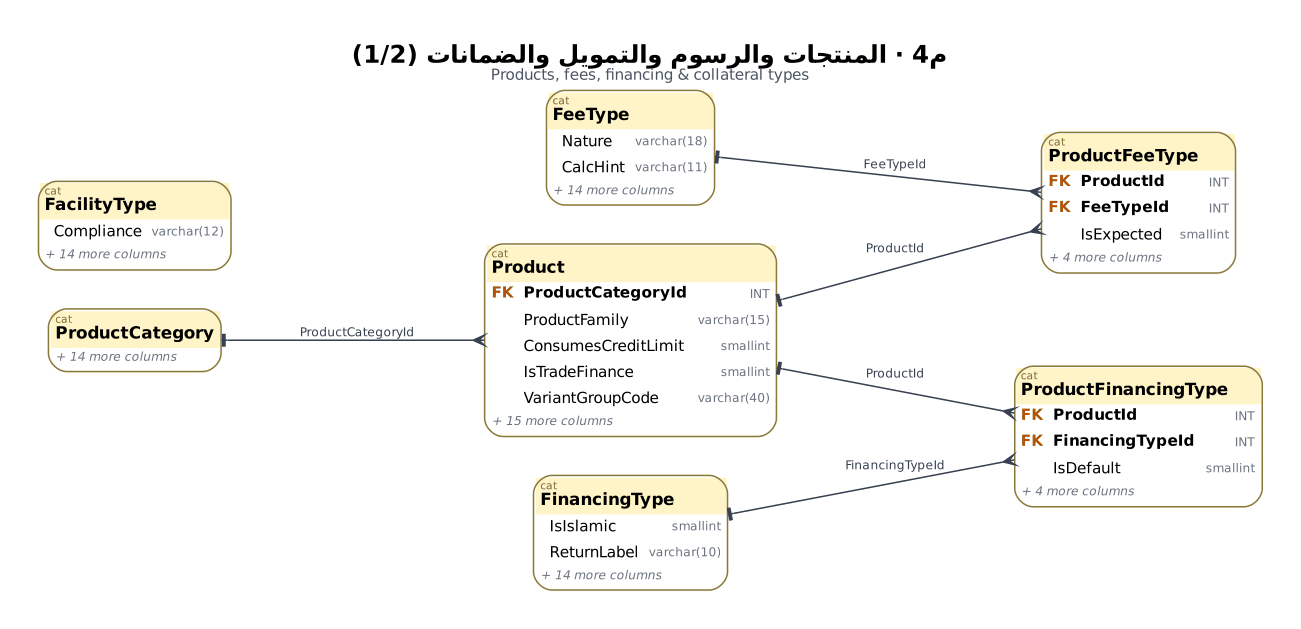
The Graphviz diagram treasury-platform/docs/diagrams/pro/m4_products_1.png in thawrasy/smartlines, before a commit. Its source is kept beside it as treasury-platform/docs/diagrams/pro/src/m4_products_1.dot.
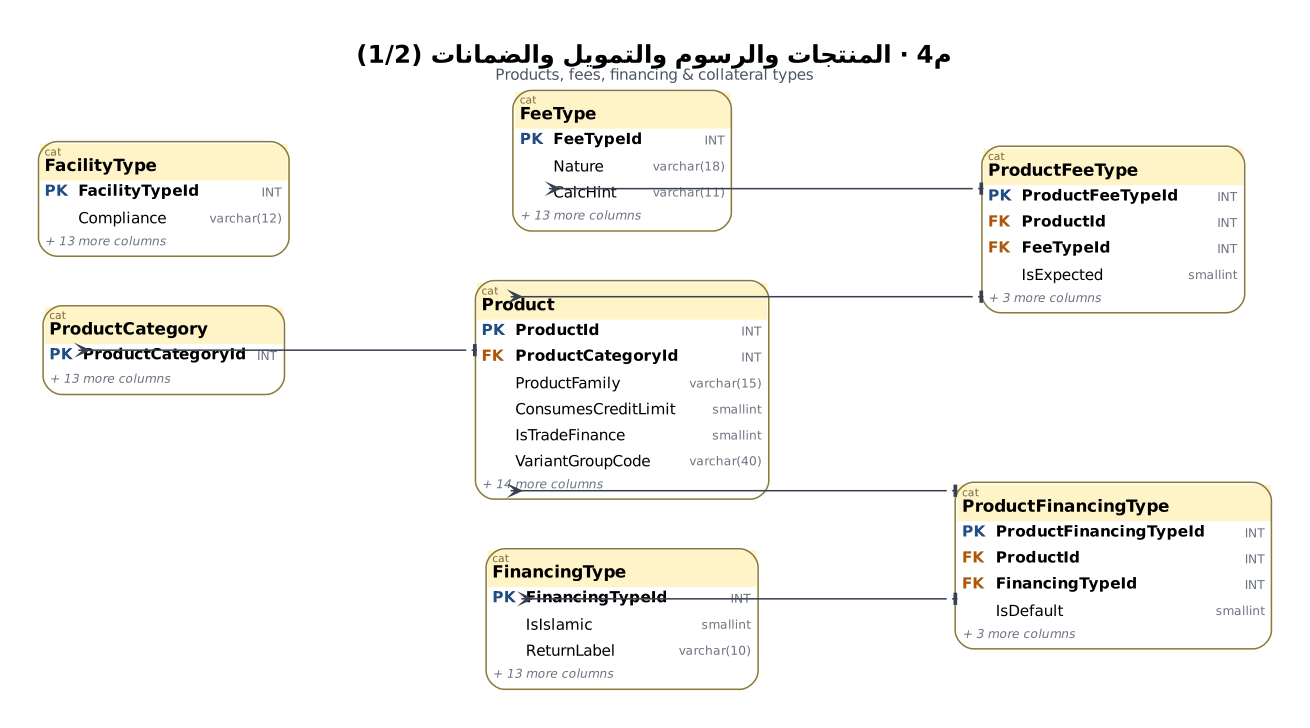
Later version of the same file.

The edit, as a diff of the source:
```diff
@@ -1,17 +1,17 @@
 digraph G {
-  graph [fontname="DejaVu Sans", label=<<B><FONT POINT-SIZE="16">م4 · المنتجات والرسوم والتمويل والضمانات (1/2)</FONT></B><BR/><FONT POINT-SIZE="10" COLOR="#4B5563">Products, fees, financing &amp; collateral types</FONT>>, labelloc=t, rankdir=LR, splines=true, nodesep=0.35, ranksep=1.25, pad=0.35, bgcolor="white", dpi=110];
+  graph [fontname="DejaVu Sans", label=<<B><FONT POINT-SIZE="16">م4 · المنتجات والرسوم والتمويل والضمانات (1/2)</FONT></B><BR/><FONT POINT-SIZE="10" COLOR="#4B5563">Products, fees, financing &amp; collateral types</FONT>>, labelloc=t, rankdir=LR, splines=ortho, nodesep=0.45, ranksep=1.7, pad=0.35, bgcolor="white", dpi=110];
   node [fontname="DejaVu Sans", fontsize=10];
   edge [fontname="DejaVu Sans", fontsize=8, color="#374151", arrowsize=0.75];
-  "cat.ProductCategory" [shape=plain, label=<<TABLE BORDER="1" COLOR="#8A7A3A" CELLBORDER="0" CELLSPACING="0" CELLPADDING="3" STYLE="rounded" BGCOLOR="white"><TR><TD COLSPAN="3" BGCOLOR="#FFF4C7" ALIGN="LEFT"><FONT POINT-SIZE="7" COLOR="#7A6A2E">cat</FONT><BR ALIGN="LEFT"/><FONT POINT-SIZE="11"><B>ProductCategory</B></FONT></TD></TR><TR><TD COLSPAN="3" ALIGN="LEFT"><FONT POINT-SIZE="8" COLOR="#6B7280"><I>+ 14 more columns</I></FONT></TD></TR></TABLE>>];
-  "cat.Product" [shape=plain, label=<<TABLE BORDER="1" COLOR="#8A7A3A" CELLBORDER="0" CELLSPACING="0" CELLPADDING="3" STYLE="rounded" BGCOLOR="white"><TR><TD COLSPAN="3" BGCOLOR="#FFF4C7" ALIGN="LEFT"><FONT POINT-SIZE="7" COLOR="#7A6A2E">cat</FONT><BR ALIGN="LEFT"/><FONT POINT-SIZE="11"><B>Product</B></FONT></TD></TR><TR><TD ALIGN="LEFT"><FONT COLOR="#B45309"><B>FK</B></FONT></TD><TD ALIGN="LEFT"><B>ProductCategoryId</B></TD><TD ALIGN="RIGHT"><FONT COLOR="#6B7280" POINT-SIZE="8">INT</FONT></TD></TR><TR><TD ALIGN="LEFT"></TD><TD ALIGN="LEFT">ProductFamily</TD><TD ALIGN="RIGHT"><FONT COLOR="#6B7280" POINT-SIZE="8">varchar(15)</FONT></TD></TR><TR><TD ALIGN="LEFT"></TD><TD ALIGN="LEFT">ConsumesCreditLimit</TD><TD ALIGN="RIGHT"><FONT COLOR="#6B7280" POINT-SIZE="8">smallint</FONT></TD></TR><TR><TD ALIGN="LEFT"></TD><TD ALIGN="LEFT">IsTradeFinance</TD><TD ALIGN="RIGHT"><FONT COLOR="#6B7280" POINT-SIZE="8">smallint</FONT></TD></TR><TR><TD ALIGN="LEFT"></TD><TD ALIGN="LEFT">VariantGroupCode</TD><TD ALIGN="RIGHT"><FONT COLOR="#6B7280" POINT-SIZE="8">varchar(40)</FONT></TD></TR><TR><TD COLSPAN="3" ALIGN="LEFT"><FONT POINT-SIZE="8" COLOR="#6B7280"><I>+ 15 more columns</I></FONT></TD></TR></TABLE>>];
-  "cat.FeeType" [shape=plain, label=<<TABLE BORDER="1" COLOR="#8A7A3A" CELLBORDER="0" CELLSPACING="0" CELLPADDING="3" STYLE="rounded" BGCOLOR="white"><TR><TD COLSPAN="3" BGCOLOR="#FFF4C7" ALIGN="LEFT"><FONT POINT-SIZE="7" COLOR="#7A6A2E">cat</FONT><BR ALIGN="LEFT"/><FONT POINT-SIZE="11"><B>FeeType</B></FONT></TD></TR><TR><TD ALIGN="LEFT"></TD><TD ALIGN="LEFT">Nature</TD><TD ALIGN="RIGHT"><FONT COLOR="#6B7280" POINT-SIZE="8">varchar(18)</FONT></TD></TR><TR><TD ALIGN="LEFT"></TD><TD ALIGN="LEFT">CalcHint</TD><TD ALIGN="RIGHT"><FONT COLOR="#6B7280" POINT-SIZE="8">varchar(11)</FONT></TD></TR><TR><TD COLSPAN="3" ALIGN="LEFT"><FONT POINT-SIZE="8" COLOR="#6B7280"><I>+ 14 more columns</I></FONT></TD></TR></TABLE>>];
-  "cat.FinancingType" [shape=plain, label=<<TABLE BORDER="1" COLOR="#8A7A3A" CELLBORDER="0" CELLSPACING="0" CELLPADDING="3" STYLE="rounded" BGCOLOR="white"><TR><TD COLSPAN="3" BGCOLOR="#FFF4C7" ALIGN="LEFT"><FONT POINT-SIZE="7" COLOR="#7A6A2E">cat</FONT><BR ALIGN="LEFT"/><FONT POINT-SIZE="11"><B>FinancingType</B></FONT></TD></TR><TR><TD ALIGN="LEFT"></TD><TD ALIGN="LEFT">IsIslamic</TD><TD ALIGN="RIGHT"><FONT COLOR="#6B7280" POINT-SIZE="8">smallint</FONT></TD></TR><TR><TD ALIGN="LEFT"></TD><TD ALIGN="LEFT">ReturnLabel</TD><TD ALIGN="RIGHT"><FONT COLOR="#6B7280" POINT-SIZE="8">varchar(10)</FONT></TD></TR><TR><TD COLSPAN="3" ALIGN="LEFT"><FONT POINT-SIZE="8" COLOR="#6B7280"><I>+ 14 more columns</I></FONT></TD></TR></TABLE>>];
-  "cat.ProductFeeType" [shape=plain, label=<<TABLE BORDER="1" COLOR="#8A7A3A" CELLBORDER="0" CELLSPACING="0" CELLPADDING="3" STYLE="rounded" BGCOLOR="white"><TR><TD COLSPAN="3" BGCOLOR="#FFF4C7" ALIGN="LEFT"><FONT POINT-SIZE="7" COLOR="#7A6A2E">cat</FONT><BR ALIGN="LEFT"/><FONT POINT-SIZE="11"><B>ProductFeeType</B></FONT></TD></TR><TR><TD ALIGN="LEFT"><FONT COLOR="#B45309"><B>FK</B></FONT></TD><TD ALIGN="LEFT"><B>ProductId</B></TD><TD ALIGN="RIGHT"><FONT COLOR="#6B7280" POINT-SIZE="8">INT</FONT></TD></TR><TR><TD ALIGN="LEFT"><FONT COLOR="#B45309"><B>FK</B></FONT></TD><TD ALIGN="LEFT"><B>FeeTypeId</B></TD><TD ALIGN="RIGHT"><FONT COLOR="#6B7280" POINT-SIZE="8">INT</FONT></TD></TR><TR><TD ALIGN="LEFT"></TD><TD ALIGN="LEFT">IsExpected</TD><TD ALIGN="RIGHT"><FONT COLOR="#6B7280" POINT-SIZE="8">smallint</FONT></TD></TR><TR><TD COLSPAN="3" ALIGN="LEFT"><FONT POINT-SIZE="8" COLOR="#6B7280"><I>+ 4 more columns</I></FONT></TD></TR></TABLE>>];
-  "cat.ProductFinancingType" [shape=plain, label=<<TABLE BORDER="1" COLOR="#8A7A3A" CELLBORDER="0" CELLSPACING="0" CELLPADDING="3" STYLE="rounded" BGCOLOR="white"><TR><TD COLSPAN="3" BGCOLOR="#FFF4C7" ALIGN="LEFT"><FONT POINT-SIZE="7" COLOR="#7A6A2E">cat</FONT><BR ALIGN="LEFT"/><FONT POINT-SIZE="11"><B>ProductFinancingType</B></FONT></TD></TR><TR><TD ALIGN="LEFT"><FONT COLOR="#B45309"><B>FK</B></FONT></TD><TD ALIGN="LEFT"><B>ProductId</B></TD><TD ALIGN="RIGHT"><FONT COLOR="#6B7280" POINT-SIZE="8">INT</FONT></TD></TR><TR><TD ALIGN="LEFT"><FONT COLOR="#B45309"><B>FK</B></FONT></TD><TD ALIGN="LEFT"><B>FinancingTypeId</B></TD><TD ALIGN="RIGHT"><FONT COLOR="#6B7280" POINT-SIZE="8">INT</FONT></TD></TR><TR><TD ALIGN="LEFT"></TD><TD ALIGN="LEFT">IsDefault</TD><TD ALIGN="RIGHT"><FONT COLOR="#6B7280" POINT-SIZE="8">smallint</FONT></TD></TR><TR><TD COLSPAN="3" ALIGN="LEFT"><FONT POINT-SIZE="8" COLOR="#6B7280"><I>+ 4 more columns</I></FONT></TD></TR></TABLE>>];
-  "cat.FacilityType" [shape=plain, label=<<TABLE BORDER="1" COLOR="#8A7A3A" CELLBORDER="0" CELLSPACING="0" CELLPADDING="3" STYLE="rounded" BGCOLOR="white"><TR><TD COLSPAN="3" BGCOLOR="#FFF4C7" ALIGN="LEFT"><FONT POINT-SIZE="7" COLOR="#7A6A2E">cat</FONT><BR ALIGN="LEFT"/><FONT POINT-SIZE="11"><B>FacilityType</B></FONT></TD></TR><TR><TD ALIGN="LEFT"></TD><TD ALIGN="LEFT">Compliance</TD><TD ALIGN="RIGHT"><FONT COLOR="#6B7280" POINT-SIZE="8">varchar(12)</FONT></TD></TR><TR><TD COLSPAN="3" ALIGN="LEFT"><FONT POINT-SIZE="8" COLOR="#6B7280"><I>+ 14 more columns</I></FONT></TD></TR></TABLE>>];
-  "cat.FeeType" -> "cat.ProductFeeType" [dir=both, arrowtail=tee, arrowhead=crow, style=solid, color="#374151", fontcolor="#374151", label="FeeTypeId"];
-  "cat.FinancingType" -> "cat.ProductFinancingType" [dir=both, arrowtail=tee, arrowhead=crow, style=solid, color="#374151", fontcolor="#374151", label="FinancingTypeId"];
-  "cat.Product" -> "cat.ProductFeeType" [dir=both, arrowtail=tee, arrowhead=crow, style=solid, color="#374151", fontcolor="#374151", label="ProductId"];
-  "cat.Product" -> "cat.ProductFinancingType" [dir=both, arrowtail=tee, arrowhead=crow, style=solid, color="#374151", fontcolor="#374151", label="ProductId"];
-  "cat.ProductCategory" -> "cat.Product" [dir=both, arrowtail=tee, arrowhead=crow, style=solid, color="#374151", fontcolor="#374151", label="ProductCategoryId"];
+  "cat.ProductCategory" [shape=plain, label=<<TABLE BORDER="1" COLOR="#8A7A3A" CELLBORDER="0" CELLSPACING="0" CELLPADDING="3" STYLE="rounded" BGCOLOR="white"><TR><TD COLSPAN="3" BGCOLOR="#FFF4C7" ALIGN="LEFT"><FONT POINT-SIZE="7" COLOR="#7A6A2E">cat</FONT><BR ALIGN="LEFT"/><FONT POINT-SIZE="11"><B>ProductCategory</B></FONT></TD></TR><TR><TD ALIGN="LEFT" PORT="ProductCategoryId"><FONT COLOR="#1D4E89"><B>PK</B></FONT></TD><TD ALIGN="LEFT" PORT="ProductCategoryId"><B>ProductCategoryId</B></TD><TD ALIGN="RIGHT" PORT="ProductCategoryId"><FONT COLOR="#6B7280" POINT-SIZE="8">INT</FONT></TD></TR><TR><TD COLSPAN="3" ALIGN="LEFT"><FONT POINT-SIZE="8" COLOR="#6B7280"><I>+ 13 more columns</I></FONT></TD></TR></TABLE>>];
+  "cat.Product" [shape=plain, label=<<TABLE BORDER="1" COLOR="#8A7A3A" CELLBORDER="0" CELLSPACING="0" CELLPADDING="3" STYLE="rounded" BGCOLOR="white"><TR><TD COLSPAN="3" BGCOLOR="#FFF4C7" ALIGN="LEFT"><FONT POINT-SIZE="7" COLOR="#7A6A2E">cat</FONT><BR ALIGN="LEFT"/><FONT POINT-SIZE="11"><B>Product</B></FONT></TD></TR><TR><TD ALIGN="LEFT" PORT="ProductId"><FONT COLOR="#1D4E89"><B>PK</B></FONT></TD><TD ALIGN="LEFT" PORT="ProductId"><B>ProductId</B></TD><TD ALIGN="RIGHT" PORT="ProductId"><FONT COLOR="#6B7280" POINT-SIZE="8">INT</FONT></TD></TR><TR><TD ALIGN="LEFT" PORT="ProductCategoryId"><FONT COLOR="#B45309"><B>FK</B></FONT></TD><TD ALIGN="LEFT" PORT="ProductCategoryId"><B>ProductCategoryId</B></TD><TD ALIGN="RIGHT" PORT="ProductCategoryId"><FONT COLOR="#6B7280" POINT-SIZE="8">INT</FONT></TD></TR><TR><TD ALIGN="LEFT"></TD><TD ALIGN="LEFT">ProductFamily</TD><TD ALIGN="RIGHT"><FONT COLOR="#6B7280" POINT-SIZE="8">varchar(15)</FONT></TD></TR><TR><TD ALIGN="LEFT"></TD><TD ALIGN="LEFT">ConsumesCreditLimit</TD><TD ALIGN="RIGHT"><FONT COLOR="#6B7280" POINT-SIZE="8">smallint</FONT></TD></TR><TR><TD ALIGN="LEFT"></TD><TD ALIGN="LEFT">IsTradeFinance</TD><TD ALIGN="RIGHT"><FONT COLOR="#6B7280" POINT-SIZE="8">smallint</FONT></TD></TR><TR><TD ALIGN="LEFT"></TD><TD ALIGN="LEFT">VariantGroupCode</TD><TD ALIGN="RIGHT"><FONT COLOR="#6B7280" POINT-SIZE="8">varchar(40)</FONT></TD></TR><TR><TD COLSPAN="3" ALIGN="LEFT"><FONT POINT-SIZE="8" COLOR="#6B7280"><I>+ 14 more columns</I></FONT></TD></TR></TABLE>>];
+  "cat.FeeType" [shape=plain, label=<<TABLE BORDER="1" COLOR="#8A7A3A" CELLBORDER="0" CELLSPACING="0" CELLPADDING="3" STYLE="rounded" BGCOLOR="white"><TR><TD COLSPAN="3" BGCOLOR="#FFF4C7" ALIGN="LEFT"><FONT POINT-SIZE="7" COLOR="#7A6A2E">cat</FONT><BR ALIGN="LEFT"/><FONT POINT-SIZE="11"><B>FeeType</B></FONT></TD></TR><TR><TD ALIGN="LEFT" PORT="FeeTypeId"><FONT COLOR="#1D4E89"><B>PK</B></FONT></TD><TD ALIGN="LEFT" PORT="FeeTypeId"><B>FeeTypeId</B></TD><TD ALIGN="RIGHT" PORT="FeeTypeId"><FONT COLOR="#6B7280" POINT-SIZE="8">INT</FONT></TD></TR><TR><TD ALIGN="LEFT"></TD><TD ALIGN="LEFT">Nature</TD><TD ALIGN="RIGHT"><FONT COLOR="#6B7280" POINT-SIZE="8">varchar(18)</FONT></TD></TR><TR><TD ALIGN="LEFT"></TD><TD ALIGN="LEFT">CalcHint</TD><TD ALIGN="RIGHT"><FONT COLOR="#6B7280" POINT-SIZE="8">varchar(11)</FONT></TD></TR><TR><TD COLSPAN="3" ALIGN="LEFT"><FONT POINT-SIZE="8" COLOR="#6B7280"><I>+ 13 more columns</I></FONT></TD></TR></TABLE>>];
+  "cat.FinancingType" [shape=plain, label=<<TABLE BORDER="1" COLOR="#8A7A3A" CELLBORDER="0" CELLSPACING="0" CELLPADDING="3" STYLE="rounded" BGCOLOR="white"><TR><TD COLSPAN="3" BGCOLOR="#FFF4C7" ALIGN="LEFT"><FONT POINT-SIZE="7" COLOR="#7A6A2E">cat</FONT><BR ALIGN="LEFT"/><FONT POINT-SIZE="11"><B>FinancingType</B></FONT></TD></TR><TR><TD ALIGN="LEFT" PORT="FinancingTypeId"><FONT COLOR="#1D4E89"><B>PK</B></FONT></TD><TD ALIGN="LEFT" PORT="FinancingTypeId"><B>FinancingTypeId</B></TD><TD ALIGN="RIGHT" PORT="FinancingTypeId"><FONT COLOR="#6B7280" POINT-SIZE="8">INT</FONT></TD></TR><TR><TD ALIGN="LEFT"></TD><TD ALIGN="LEFT">IsIslamic</TD><TD ALIGN="RIGHT"><FONT COLOR="#6B7280" POINT-SIZE="8">smallint</FONT></TD></TR><TR><TD ALIGN="LEFT"></TD><TD ALIGN="LEFT">ReturnLabel</TD><TD ALIGN="RIGHT"><FONT COLOR="#6B7280" POINT-SIZE="8">varchar(10)</FONT></TD></TR><TR><TD COLSPAN="3" ALIGN="LEFT"><FONT POINT-SIZE="8" COLOR="#6B7280"><I>+ 13 more columns</I></FONT></TD></TR></TABLE>>];
+  "cat.ProductFeeType" [shape=plain, label=<<TABLE BORDER="1" COLOR="#8A7A3A" CELLBORDER="0" CELLSPACING="0" CELLPADDING="3" STYLE="rounded" BGCOLOR="white"><TR><TD COLSPAN="3" BGCOLOR="#FFF4C7" ALIGN="LEFT"><FONT POINT-SIZE="7" COLOR="#7A6A2E">cat</FONT><BR ALIGN="LEFT"/><FONT POINT-SIZE="11"><B>ProductFeeType</B></FONT></TD></TR><TR><TD ALIGN="LEFT" PORT="ProductFeeTypeId"><FONT COLOR="#1D4E89"><B>PK</B></FONT></TD><TD ALIGN="LEFT" PORT="ProductFeeTypeId"><B>ProductFeeTypeId</B></TD><TD ALIGN="RIGHT" PORT="ProductFeeTypeId"><FONT COLOR="#6B7280" POINT-SIZE="8">INT</FONT></TD></TR><TR><TD ALIGN="LEFT" PORT="ProductId"><FONT COLOR="#B45309"><B>FK</B></FONT></TD><TD ALIGN="LEFT" PORT="ProductId"><B>ProductId</B></TD><TD ALIGN="RIGHT" PORT="ProductId"><FONT COLOR="#6B7280" POINT-SIZE="8">INT</FONT></TD></TR><TR><TD ALIGN="LEFT" PORT="FeeTypeId"><FONT COLOR="#B45309"><B>FK</B></FONT></TD><TD ALIGN="LEFT" PORT="FeeTypeId"><B>FeeTypeId</B></TD><TD ALIGN="RIGHT" PORT="FeeTypeId"><FONT COLOR="#6B7280" POINT-SIZE="8">INT</FONT></TD></TR><TR><TD ALIGN="LEFT"></TD><TD ALIGN="LEFT">IsExpected</TD><TD ALIGN="RIGHT"><FONT COLOR="#6B7280" POINT-SIZE="8">smallint</FONT></TD></TR><TR><TD COLSPAN="3" ALIGN="LEFT"><FONT POINT-SIZE="8" COLOR="#6B7280"><I>+ 3 more columns</I></FONT></TD></TR></TABLE>>];
+  "cat.ProductFinancingType" [shape=plain, label=<<TABLE BORDER="1" COLOR="#8A7A3A" CELLBORDER="0" CELLSPACING="0" CELLPADDING="3" STYLE="rounded" BGCOLOR="white"><TR><TD COLSPAN="3" BGCOLOR="#FFF4C7" ALIGN="LEFT"><FONT POINT-SIZE="7" COLOR="#7A6A2E">cat</FONT><BR ALIGN="LEFT"/><FONT POINT-SIZE="11"><B>ProductFinancingType</B></FONT></TD></TR><TR><TD ALIGN="LEFT" PORT="ProductFinancingTypeId"><FONT COLOR="#1D4E89"><B>PK</B></FONT></TD><TD ALIGN="LEFT" PORT="ProductFinancingTypeId"><B>ProductFinancingTypeId</B></TD><TD ALIGN="RIGHT" PORT="ProductFinancingTypeId"><FONT COLOR="#6B7280" POINT-SIZE="8">INT</FONT></TD></TR><TR><TD ALIGN="LEFT" PORT="ProductId"><FONT COLOR="#B45309"><B>FK</B></FONT></TD><TD ALIGN="LEFT" PORT="ProductId"><B>ProductId</B></TD><TD ALIGN="RIGHT" PORT="ProductId"><FONT COLOR="#6B7280" POINT-SIZE="8">INT</FONT></TD></TR><TR><TD ALIGN="LEFT" PORT="FinancingTypeId"><FONT COLOR="#B45309"><B>FK</B></FONT></TD><TD ALIGN="LEFT" PORT="FinancingTypeId"><B>FinancingTypeId</B></TD><TD ALIGN="RIGHT" PORT="FinancingTypeId"><FONT COLOR="#6B7280" POINT-SIZE="8">INT</FONT></TD></TR><TR><TD ALIGN="LEFT"></TD><TD ALIGN="LEFT">IsDefault</TD><TD ALIGN="RIGHT"><FONT COLOR="#6B7280" POINT-SIZE="8">smallint</FONT></TD></TR><TR><TD COLSPAN="3" ALIGN="LEFT"><FONT POINT-SIZE="8" COLOR="#6B7280"><I>+ 3 more columns</I></FONT></TD></TR></TABLE>>];
+  "cat.FacilityType" [shape=plain, label=<<TABLE BORDER="1" COLOR="#8A7A3A" CELLBORDER="0" CELLSPACING="0" CELLPADDING="3" STYLE="rounded" BGCOLOR="white"><TR><TD COLSPAN="3" BGCOLOR="#FFF4C7" ALIGN="LEFT"><FONT POINT-SIZE="7" COLOR="#7A6A2E">cat</FONT><BR ALIGN="LEFT"/><FONT POINT-SIZE="11"><B>FacilityType</B></FONT></TD></TR><TR><TD ALIGN="LEFT" PORT="FacilityTypeId"><FONT COLOR="#1D4E89"><B>PK</B></FONT></TD><TD ALIGN="LEFT" PORT="FacilityTypeId"><B>FacilityTypeId</B></TD><TD ALIGN="RIGHT" PORT="FacilityTypeId"><FONT COLOR="#6B7280" POINT-SIZE="8">INT</FONT></TD></TR><TR><TD ALIGN="LEFT"></TD><TD ALIGN="LEFT">Compliance</TD><TD ALIGN="RIGHT"><FONT COLOR="#6B7280" POINT-SIZE="8">varchar(12)</FONT></TD></TR><TR><TD COLSPAN="3" ALIGN="LEFT"><FONT POINT-SIZE="8" COLOR="#6B7280"><I>+ 13 more columns</I></FONT></TD></TR></TABLE>>];
+  "cat.ProductCategory":"ProductCategoryId":e -> "cat.Product":"ProductCategoryId":w [dir=both, arrowtail=tee, arrowhead=crow, style=solid, color="#374151", arrowsize=0.7];
+  "cat.Product":"ProductId":e -> "cat.ProductFeeType":"ProductId":w [dir=both, arrowtail=tee, arrowhead=crow, style=solid, color="#374151", arrowsize=0.7];
+  "cat.FeeType":"FeeTypeId":e -> "cat.ProductFeeType":"FeeTypeId":w [dir=both, arrowtail=tee, arrowhead=crow, style=solid, color="#374151", arrowsize=0.7];
+  "cat.Product":"ProductId":e -> "cat.ProductFinancingType":"ProductId":w [dir=both, arrowtail=tee, arrowhead=crow, style=solid, color="#374151", arrowsize=0.7];
+  "cat.FinancingType":"FinancingTypeId":e -> "cat.ProductFinancingType":"FinancingTypeId":w [dir=both, arrowtail=tee, arrowhead=crow, style=solid, color="#374151", arrowsize=0.7];
 }
```
